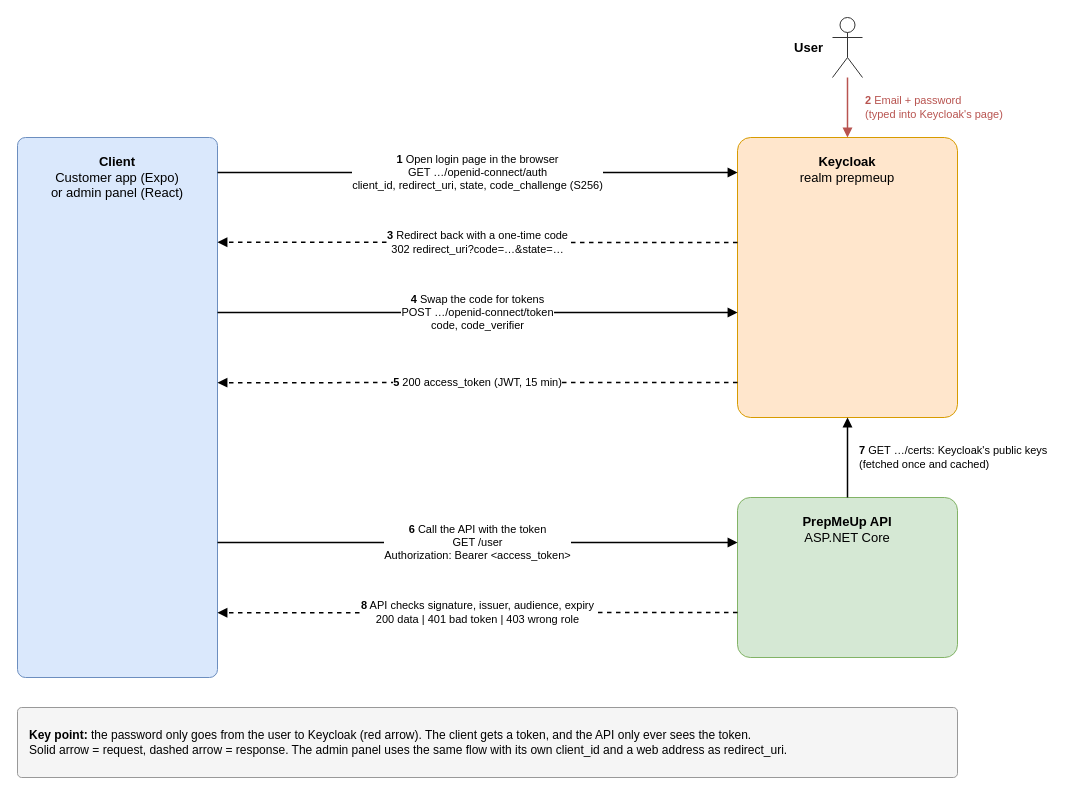
Before: docs/assets/drawio/auth-flow.drawio in Mosekjaer/prepmeup, a draw.io diagram. Source tidied: cells renumbered, new cells numbered last; positions are measured from the earlier drawing's top-left corner, leaving out a move shared by most shapes. Both pictures are drawn from the tidied source at 100%, with x=0, y=0 at pixel (17, 17).
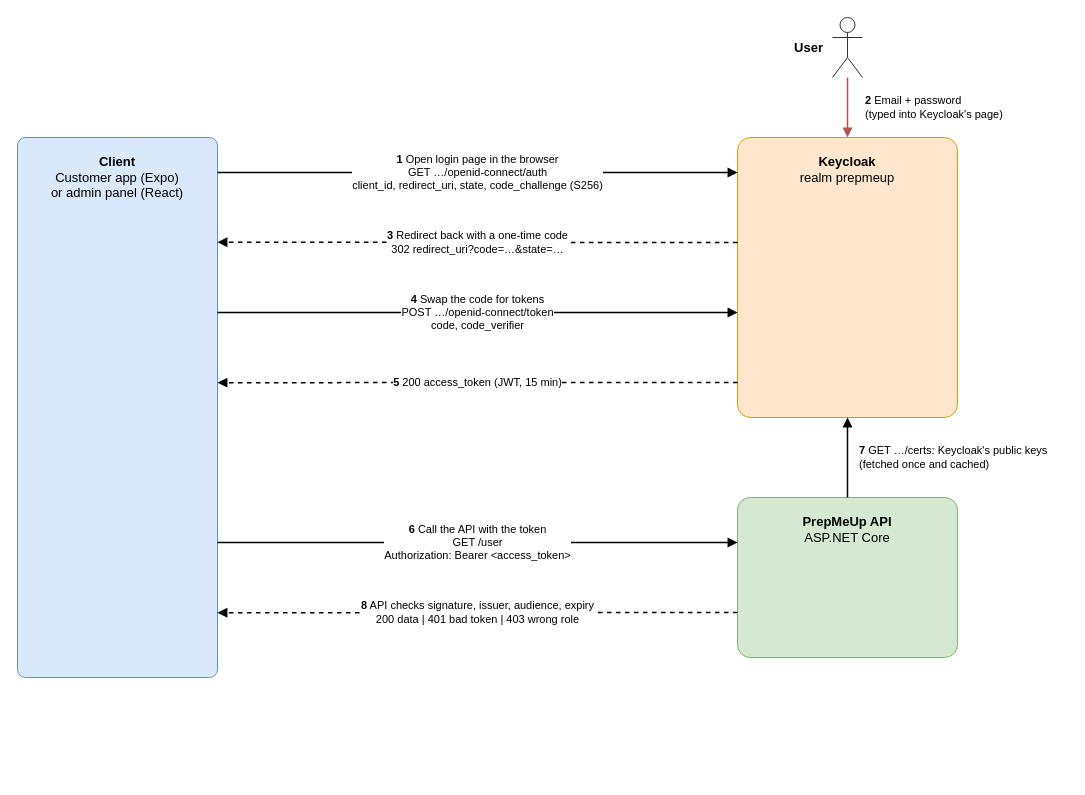
The same diagram, later.

Commit message:
docs: drop legend box from login flow diagram

Change to the diagram source:
```diff
@@
 <mxGraphModel>
   <root>
     <mxCell id="0" />
     <mxCell id="1" parent="0" />
     <mxCell id="2" value="User" style="shape=umlActor;verticalLabelPosition=middle;labelPosition=left;align=right;verticalAlign=middle;spacingRight=8;html=1;fontSize=13;fontStyle=1;strokeColor=#333333;" parent="1" vertex="1">
       <mxGeometry x="815" width="30" height="60" as="geometry" />
     </mxCell>
     <mxCell id="3" value="&lt;b&gt;Client&lt;/b&gt;&lt;br&gt;Customer app (Expo)&lt;br&gt;or admin panel (React)" style="rounded=1;arcSize=4;whiteSpace=wrap;html=1;verticalAlign=top;spacingTop=10;fontSize=13;fillColor=#dae8fc;strokeColor=#6c8ebf;" parent="1" vertex="1">
       <mxGeometry y="120" width="200" height="540" as="geometry" />
     </mxCell>
     <mxCell id="4" value="&lt;b&gt;Keycloak&lt;/b&gt;&lt;br&gt;realm prepmeup" style="rounded=1;arcSize=6;whiteSpace=wrap;html=1;verticalAlign=top;spacingTop=10;fontSize=13;fillColor=#ffe6cc;strokeColor=#d79b00;" parent="1" vertex="1">
       <mxGeometry x="720" y="120" width="220" height="280" as="geometry" />
     </mxCell>
     <mxCell id="5" value="&lt;b&gt;PrepMeUp API&lt;/b&gt;&lt;br&gt;ASP.NET Core" style="rounded=1;arcSize=8;whiteSpace=wrap;html=1;verticalAlign=top;spacingTop=10;fontSize=13;fillColor=#d5e8d4;strokeColor=#82b366;" parent="1" vertex="1">
       <mxGeometry x="720" y="480" width="220" height="160" as="geometry" />
     </mxCell>
     <mxCell id="6" value="&lt;b&gt;1&lt;/b&gt;  Open login page in the browser&lt;br&gt;GET …/openid-connect/auth&lt;br&gt;client_id, redirect_uri, state, code_challenge (S256)" style="endArrow=block;endFill=1;html=1;fontSize=11;labelBackgroundColor=#ffffff;strokeWidth=1.5;exitX=1;exitY=0.065;exitDx=0;exitDy=0;entryX=0;entryY=0.125;entryDx=0;entryDy=0;" parent="1" edge="1" source="3" target="4">
       <mxGeometry relative="1" as="geometry" />
     </mxCell>
-    <mxCell id="7" value="&lt;b&gt;2&lt;/b&gt;  Email + password&lt;br&gt;(typed into Keycloak's page)" style="endArrow=block;endFill=1;html=1;fontSize=11;labelBackgroundColor=#ffffff;strokeWidth=1.5;strokeColor=#b85450;fontColor=#b85450;align=left;labelPosition=right;spacingLeft=6;exitX=0.5;exitY=1;exitDx=0;exitDy=0;entryX=0.5;entryY=0;entryDx=0;entryDy=0;" parent="1" edge="1" source="2" target="4">
+    <mxCell id="7" value="&lt;b&gt;2&lt;/b&gt;  Email + password&lt;br&gt;(typed into Keycloak's page)" style="endArrow=block;endFill=1;html=1;fontSize=11;labelBackgroundColor=#ffffff;strokeWidth=1.5;strokeColor=#b85450;fontColor=#000000;align=left;labelPosition=right;spacingLeft=6;exitX=0.5;exitY=1;exitDx=0;exitDy=0;entryX=0.5;entryY=0;entryDx=0;entryDy=0;" parent="1" edge="1" source="2" target="4">
       <mxGeometry relative="1" as="geometry">
         <mxPoint x="10" as="offset" />
       </mxGeometry>
     </mxCell>
     <mxCell id="8" value="&lt;b&gt;3&lt;/b&gt;  Redirect back with a one-time code&lt;br&gt;302 redirect_uri?code=…&amp;amp;state=…" style="endArrow=block;endFill=1;html=1;fontSize=11;labelBackgroundColor=#ffffff;strokeWidth=1.5;dashed=1;exitX=0;exitY=0.375;exitDx=0;exitDy=0;entryX=1;entryY=0.194;entryDx=0;entryDy=0;" parent="1" edge="1" source="4" target="3">
       <mxGeometry relative="1" as="geometry" />
     </mxCell>
     <mxCell id="9" value="&lt;b&gt;4&lt;/b&gt;  Swap the code for tokens&lt;br&gt;POST …/openid-connect/token&lt;br&gt;code, code_verifier" style="endArrow=block;endFill=1;html=1;fontSize=11;labelBackgroundColor=#ffffff;strokeWidth=1.5;exitX=1;exitY=0.324;exitDx=0;exitDy=0;entryX=0;entryY=0.625;entryDx=0;entryDy=0;" parent="1" edge="1" source="3" target="4">
       <mxGeometry relative="1" as="geometry" />
     </mxCell>
     <mxCell id="10" value="&lt;b&gt;5&lt;/b&gt;  200 access_token (JWT, 15 min)" style="endArrow=block;endFill=1;html=1;fontSize=11;labelBackgroundColor=#ffffff;strokeWidth=1.5;dashed=1;exitX=0;exitY=0.875;exitDx=0;exitDy=0;entryX=1;entryY=0.454;entryDx=0;entryDy=0;" parent="1" edge="1" source="4" target="3">
       <mxGeometry relative="1" as="geometry" />
     </mxCell>
     <mxCell id="11" value="&lt;b&gt;6&lt;/b&gt;  Call the API with the token&lt;br&gt;GET /user&lt;br&gt;Authorization: Bearer &amp;lt;access_token&amp;gt;" style="endArrow=block;endFill=1;html=1;fontSize=11;labelBackgroundColor=#ffffff;strokeWidth=1.5;exitX=1;exitY=0.75;exitDx=0;exitDy=0;entryX=0;entryY=0.281;entryDx=0;entryDy=0;" parent="1" edge="1" source="3" target="5">
       <mxGeometry relative="1" as="geometry" />
     </mxCell>
     <mxCell id="12" style="endArrow=block;endFill=1;html=1;strokeWidth=1.5;exitX=0.5;exitY=0;exitDx=0;exitDy=0;entryX=0.5;entryY=1;entryDx=0;entryDy=0;" parent="1" edge="1" source="5" target="4">
       <mxGeometry relative="1" as="geometry" />
     </mxCell>
     <mxCell id="13" value="&lt;b&gt;7&lt;/b&gt;  GET …/certs: Keycloak's public keys&lt;br&gt;(fetched once and cached)" style="text;html=1;align=left;verticalAlign=middle;fontSize=11;" parent="1" vertex="1">
       <mxGeometry x="840" y="415" width="210" height="50" as="geometry" />
     </mxCell>
     <mxCell id="14" value="&lt;b&gt;8&lt;/b&gt;  API checks signature, issuer, audience, expiry&lt;br&gt;200 data  |  401 bad token  |  403 wrong role" style="endArrow=block;endFill=1;html=1;fontSize=11;labelBackgroundColor=#ffffff;strokeWidth=1.5;dashed=1;exitX=0;exitY=0.719;exitDx=0;exitDy=0;entryX=1;entryY=0.88;entryDx=0;entryDy=0;" parent="1" edge="1" source="5" target="3">
       <mxGeometry relative="1" as="geometry" />
     </mxCell>
-    <mxCell id="15" value="&lt;b&gt;Key point:&lt;/b&gt; the password only goes from the user to Keycloak (red arrow). The client gets a token, and the API only ever sees the token.&lt;br&gt;Solid arrow = request, dashed arrow = response. The admin panel uses the same flow with its own client_id and a web address as redirect_uri." style="rounded=1;arcSize=6;whiteSpace=wrap;html=1;align=left;verticalAlign=middle;spacingLeft=10;spacingRight=10;fontSize=12;fillColor=#f5f5f5;strokeColor=#999999;" parent="1" vertex="1">
-      <mxGeometry y="690" width="940" height="70" as="geometry" />
-    </mxCell>
   </root>
 </mxGraphModel>
```
